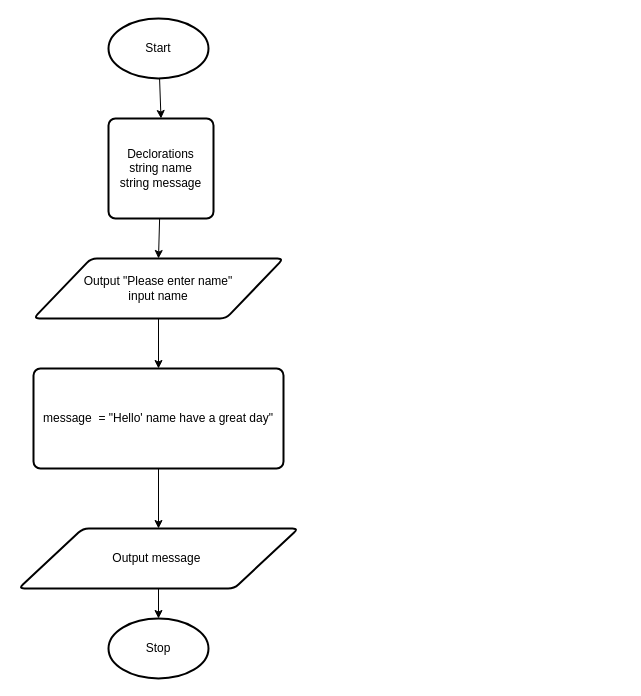
Above: CST8116-311-preLab(work)/CST8116 Pre-Lab Exercise 01.drawio in Emmanuel-Fofeyin/CST8116-310-311 (draw.io), before the change. Source tidied: cells renumbered, new cells numbered last; positions are measured from the earlier drawing's top-left corner, leaving out a move shared by most shapes. Both pictures are drawn from the tidied source at 100%, with x=0, y=0 at pixel (18, 18).
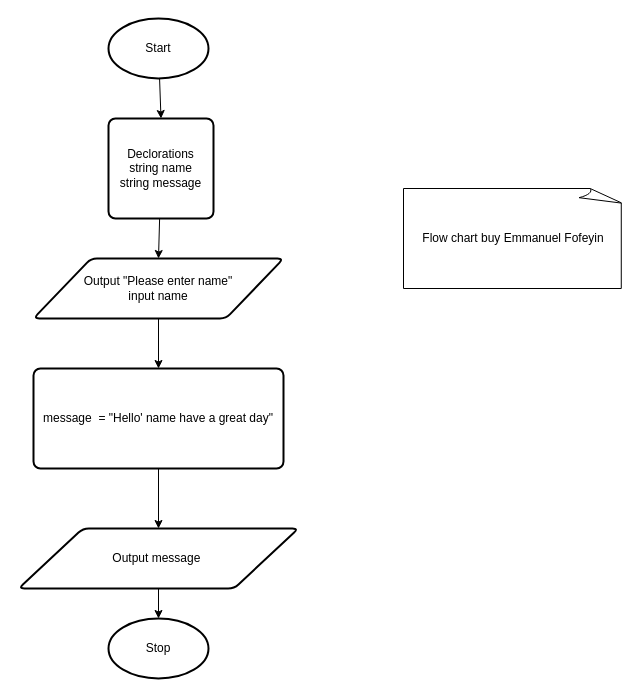
Above is the later version.

Change to the diagram source:
```diff
@@
 <mxGraphModel>
   <root>
     <mxCell id="0" />
     <mxCell id="1" parent="0" />
     <mxCell id="2" style="edgeStyle=none;html=1;entryX=0.5;entryY=0;entryDx=0;entryDy=0;" parent="1" edge="1" source="3" target="5">
       <mxGeometry relative="1" as="geometry" />
     </mxCell>
     <mxCell id="3" value="Start" style="strokeWidth=2;html=1;shape=mxgraph.flowchart.start_1;whiteSpace=wrap;" parent="1" vertex="1">
       <mxGeometry x="90" width="100" height="60" as="geometry" />
     </mxCell>
     <mxCell id="4" style="edgeStyle=none;html=1;entryX=0.5;entryY=0;entryDx=0;entryDy=0;" parent="1" edge="1" source="5" target="7">
       <mxGeometry relative="1" as="geometry" />
     </mxCell>
     <mxCell id="5" value="Declorations&lt;br&gt;string name&lt;br&gt;string message" style="rounded=1;whiteSpace=wrap;html=1;absoluteArcSize=1;arcSize=14;strokeWidth=2;" parent="1" vertex="1">
       <mxGeometry x="90" y="100" width="105" height="100" as="geometry" />
     </mxCell>
     <mxCell id="6" style="edgeStyle=none;html=1;entryX=0.5;entryY=0;entryDx=0;entryDy=0;" parent="1" edge="1" source="7" target="9">
       <mxGeometry relative="1" as="geometry" />
     </mxCell>
     <mxCell id="7" value="Output &quot;Please enter name&quot;&lt;br&gt;input name" style="shape=parallelogram;html=1;strokeWidth=2;perimeter=parallelogramPerimeter;whiteSpace=wrap;rounded=1;arcSize=12;size=0.23;" parent="1" vertex="1">
       <mxGeometry x="15" y="240" width="250" height="60" as="geometry" />
     </mxCell>
     <mxCell id="8" style="edgeStyle=none;html=1;" parent="1" edge="1" source="9" target="11">
       <mxGeometry relative="1" as="geometry" />
     </mxCell>
     <mxCell id="9" value="message&amp;nbsp; = &quot;Hello' name have a great day&quot;" style="rounded=1;whiteSpace=wrap;html=1;absoluteArcSize=1;arcSize=14;strokeWidth=2;" parent="1" vertex="1">
       <mxGeometry x="15" y="350" width="250" height="100" as="geometry" />
     </mxCell>
     <mxCell id="10" style="edgeStyle=none;html=1;entryX=0.5;entryY=0;entryDx=0;entryDy=0;entryPerimeter=0;" parent="1" edge="1" source="11" target="12">
       <mxGeometry relative="1" as="geometry" />
     </mxCell>
     <mxCell id="11" value="Output message&amp;nbsp;" style="shape=parallelogram;html=1;strokeWidth=2;perimeter=parallelogramPerimeter;whiteSpace=wrap;rounded=1;arcSize=12;size=0.23;" parent="1" vertex="1">
       <mxGeometry y="510" width="280" height="60" as="geometry" />
     </mxCell>
     <mxCell id="12" value="Stop" style="strokeWidth=2;html=1;shape=mxgraph.flowchart.start_1;whiteSpace=wrap;" parent="1" vertex="1">
       <mxGeometry x="90" y="600" width="100" height="60" as="geometry" />
     </mxCell>
+    <mxCell id="13" value="Flow chart buy Emmanuel Fofeyin" style="whiteSpace=wrap;html=1;shape=mxgraph.basic.document;" parent="1" vertex="1">
+      <mxGeometry x="385" y="170" width="220" height="100" as="geometry" />
+    </mxCell>
   </root>
 </mxGraphModel>
```
